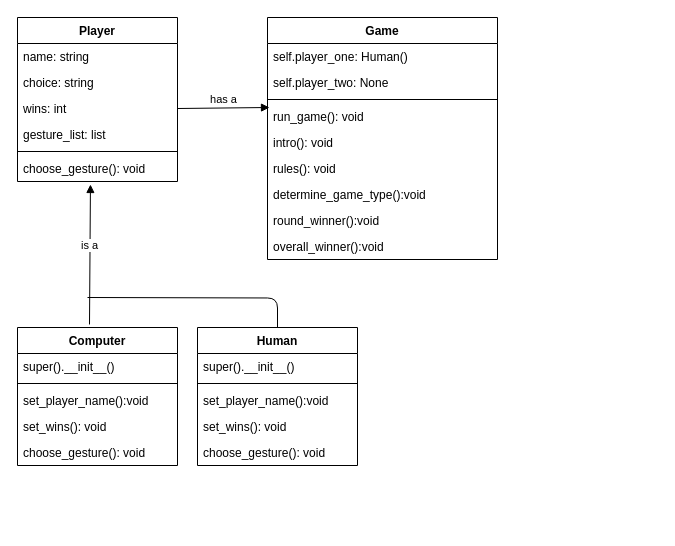
Earlier version of the draw.io diagram RSLPS.drawio (ingtiti/RPSLS-1). Source tidied: cells renumbered, new cells numbered last; positions are measured from the earlier drawing's top-left corner, leaving out a move shared by most shapes. Both pictures are drawn from the tidied source at 100%, with x=0, y=0 at pixel (17, 17).
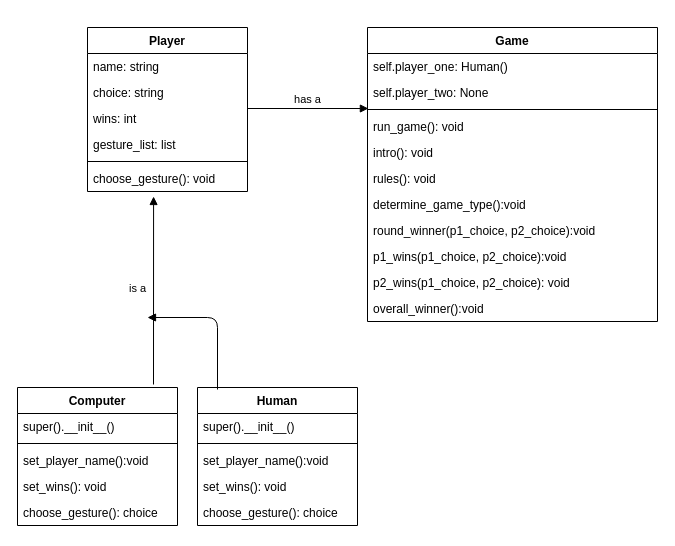
After the change.

Commit message (it also covers changes not shown here):
MVP- Updated UML; added p1 and p2_wins methods to game.py to shorten loop; cleaned up unnecessary comments and spaces

Unchanged cells that the change refers to:
```xml
<mxCell id="5" value="wins: int" style="text;strokeColor=none;fillColor=none;align=left;verticalAlign=top;spacingLeft=4;spacingRight=4;overflow=hidden;points=[[0,0.5],[1,0.5]];portConstraint=eastwest;" parent="2" vertex="1">
  <mxGeometry y="78" width="160" height="26" as="geometry" />
</mxCell>
<mxCell id="8" value="choose_gesture(): void" style="text;strokeColor=none;fillColor=none;align=left;verticalAlign=top;spacingLeft=4;spacingRight=4;overflow=hidden;points=[[0,0.5],[1,0.5]];portConstraint=eastwest;" parent="2" vertex="1">
  <mxGeometry y="138" width="160" height="26" as="geometry" />
</mxCell>
```

Diff of the diagram source:
```diff
@@
     <mxCell id="2" value="Player" style="swimlane;fontStyle=1;align=center;verticalAlign=top;horizontal=1;startSize=26;" parent="1" vertex="1">
-      <mxGeometry width="160" height="164" as="geometry" />
+      <mxGeometry x="70" y="10" width="160" height="164" as="geometry" />
     </mxCell>
@@
     <mxCell id="9" value="Human" style="swimlane;fontStyle=1;align=center;verticalAlign=top;horizontal=1;startSize=26;" parent="1" vertex="1">
-      <mxGeometry x="180" y="310" width="160" height="138" as="geometry" />
+      <mxGeometry x="180" y="370" width="160" height="138" as="geometry" />
     </mxCell>
@@
-    <mxCell id="14" value="choose_gesture(): void&#10;" style="text;strokeColor=none;fillColor=none;align=left;verticalAlign=top;spacingLeft=4;spacingRight=4;overflow=hidden;" parent="9" vertex="1">
+    <mxCell id="14" value="choose_gesture(): choice" style="text;strokeColor=none;fillColor=none;align=left;verticalAlign=top;spacingLeft=4;spacingRight=4;overflow=hidden;" parent="9" vertex="1">
       <mxGeometry y="112" width="160" height="26" as="geometry" />
     </mxCell>
     <mxCell id="15" value="Computer" style="swimlane;fontStyle=1;align=center;verticalAlign=top;horizontal=1;startSize=26;" parent="1" vertex="1">
-      <mxGeometry y="310" width="160" height="138" as="geometry" />
+      <mxGeometry y="370" width="160" height="138" as="geometry" />
     </mxCell>
@@
-    <mxCell id="20" value="choose_gesture(): void&#10;" style="text;strokeColor=none;fillColor=none;align=left;verticalAlign=top;spacingLeft=4;spacingRight=4;overflow=hidden;" parent="15" vertex="1">
+    <mxCell id="20" value="choose_gesture(): choice" style="text;strokeColor=none;fillColor=none;align=left;verticalAlign=top;spacingLeft=4;spacingRight=4;overflow=hidden;" parent="15" vertex="1">
       <mxGeometry y="112" width="160" height="26" as="geometry" />
     </mxCell>
     <mxCell id="21" value="Game" style="swimlane;fontStyle=1;align=center;verticalAlign=top;horizontal=1;startSize=26;" parent="1" vertex="1">
-      <mxGeometry x="250" width="230" height="242" as="geometry" />
+      <mxGeometry x="350" y="10" width="290" height="294" as="geometry" />
     </mxCell>
     <mxCell id="22" value="self.player_one: Human()&#10;" style="text;strokeColor=none;fillColor=none;align=left;verticalAlign=top;spacingLeft=4;spacingRight=4;overflow=hidden;" parent="21" vertex="1">
-      <mxGeometry y="26" width="230" height="26" as="geometry" />
+      <mxGeometry y="26" width="290" height="26" as="geometry" />
     </mxCell>
     <mxCell id="23" value="self.player_two: None&#10;" style="text;strokeColor=none;fillColor=none;align=left;verticalAlign=top;spacingLeft=4;spacingRight=4;overflow=hidden;" parent="21" vertex="1">
-      <mxGeometry y="52" width="230" height="26" as="geometry" />
+      <mxGeometry y="52" width="290" height="26" as="geometry" />
     </mxCell>
     <mxCell id="24" style="line;strokeWidth=1;fillColor=none;align=left;verticalAlign=middle;spacingTop=-1;spacingLeft=3;spacingRight=3;labelPosition=right;points=[];portConstraint=eastwest;" parent="21" vertex="1">
-      <mxGeometry y="78" width="230" height="8" as="geometry" />
+      <mxGeometry y="78" width="290" height="8" as="geometry" />
     </mxCell>
     <mxCell id="25" value="run_game(): void" style="text;strokeColor=none;fillColor=none;align=left;verticalAlign=top;spacingLeft=4;spacingRight=4;overflow=hidden;" parent="21" vertex="1">
-      <mxGeometry y="86" width="230" height="26" as="geometry" />
+      <mxGeometry y="86" width="290" height="26" as="geometry" />
     </mxCell>
     <mxCell id="26" value="intro(): void" style="text;strokeColor=none;fillColor=none;align=left;verticalAlign=top;spacingLeft=4;spacingRight=4;overflow=hidden;" parent="21" vertex="1">
-      <mxGeometry y="112" width="230" height="26" as="geometry" />
+      <mxGeometry y="112" width="290" height="26" as="geometry" />
     </mxCell>
     <mxCell id="27" value="rules(): void" style="text;strokeColor=none;fillColor=none;align=left;verticalAlign=top;spacingLeft=4;spacingRight=4;overflow=hidden;" parent="21" vertex="1">
-      <mxGeometry y="138" width="230" height="26" as="geometry" />
+      <mxGeometry y="138" width="290" height="26" as="geometry" />
     </mxCell>
     <mxCell id="28" value="determine_game_type():void" style="text;strokeColor=none;fillColor=none;align=left;verticalAlign=top;spacingLeft=4;spacingRight=4;overflow=hidden;" parent="21" vertex="1">
-      <mxGeometry y="164" width="230" height="26" as="geometry" />
+      <mxGeometry y="164" width="290" height="26" as="geometry" />
     </mxCell>
-    <mxCell id="29" value="round_winner():void" style="text;strokeColor=none;fillColor=none;align=left;verticalAlign=top;spacingLeft=4;spacingRight=4;overflow=hidden;" parent="21" vertex="1">
-      <mxGeometry y="190" width="230" height="26" as="geometry" />
+    <mxCell id="29" value="round_winner(p1_choice, p2_choice):void" style="text;strokeColor=none;fillColor=none;align=left;verticalAlign=top;spacingLeft=4;spacingRight=4;overflow=hidden;" parent="21" vertex="1">
+      <mxGeometry y="190" width="290" height="26" as="geometry" />
     </mxCell>
+    <mxCell id="34" value="p1_wins(p1_choice, p2_choice):void" style="text;strokeColor=none;fillColor=none;align=left;verticalAlign=top;spacingLeft=4;spacingRight=4;overflow=hidden;" parent="21" vertex="1">
+      <mxGeometry y="216" width="290" height="26" as="geometry" />
+    </mxCell>
+    <mxCell id="35" value="p2_wins(p1_choice, p2_choice): void" style="text;strokeColor=none;fillColor=none;align=left;verticalAlign=top;spacingLeft=4;spacingRight=4;overflow=hidden;" parent="21" vertex="1">
+      <mxGeometry y="242" width="290" height="26" as="geometry" />
+    </mxCell>
     <mxCell id="30" value="overall_winner():void" style="text;strokeColor=none;fillColor=none;align=left;verticalAlign=top;spacingLeft=4;spacingRight=4;overflow=hidden;" parent="21" vertex="1">
-      <mxGeometry y="216" width="230" height="26" as="geometry" />
+      <mxGeometry y="268" width="290" height="26" as="geometry" />
     </mxCell>
-    <mxCell id="31" value="has a" style="html=1;verticalAlign=bottom;endArrow=block;exitX=1;exitY=0.5;exitDx=0;exitDy=0;" parent="1" edge="1" source="5">
+    <mxCell id="31" value="has a" style="html=1;verticalAlign=bottom;endArrow=block;entryX=0.003;entryY=0.375;entryDx=0;entryDy=0;entryPerimeter=0;" parent="1" edge="1" target="24">
       <mxGeometry relative="1" as="geometry">
-        <mxPoint x="252" y="90" as="targetPoint" />
+        <mxPoint x="230" y="91" as="sourcePoint" />
       </mxGeometry>
     </mxCell>
-    <mxCell id="32" value="is a" style="html=1;verticalAlign=bottom;endArrow=block;entryX=0.456;entryY=1.115;entryDx=0;entryDy=0;entryPerimeter=0;exitX=0.45;exitY=-0.022;exitDx=0;exitDy=0;exitPerimeter=0;" parent="1" edge="1" source="15" target="8">
-      <mxGeometry relative="1" as="geometry" />
+    <mxCell id="32" value="is a" style="html=1;verticalAlign=bottom;endArrow=block;entryX=0.413;entryY=1.192;entryDx=0;entryDy=0;entryPerimeter=0;" parent="1" edge="1" target="8">
+      <mxGeometry x="-0.07" y="16" relative="1" as="geometry">
+        <mxPoint x="136" y="367" as="sourcePoint" />
+      </mxGeometry>
     </mxCell>
-    <mxCell id="33" style="endArrow=none;html=1;edgeStyle=orthogonalEdgeStyle;entryX=0.5;entryY=0;entryDx=0;entryDy=0;" parent="1" edge="1" target="9">
-      <mxGeometry relative="1" as="geometry">
-        <mxPoint x="70" y="280" as="sourcePoint" />
-      </mxGeometry>
-    </mxCell>
+    <mxCell id="36" style="html=1;verticalAlign=bottom;endArrow=block;" parent="1" edge="1">
+      <mxGeometry x="0.15" y="-30" relative="1" as="geometry">
+        <mxPoint x="200" y="372" as="sourcePoint" />
+        <mxPoint x="130" y="300" as="targetPoint" />
+        <Array as="points">
+          <mxPoint x="200" y="300" />
+        </Array>
+      </mxGeometry>
+    </mxCell>
```
